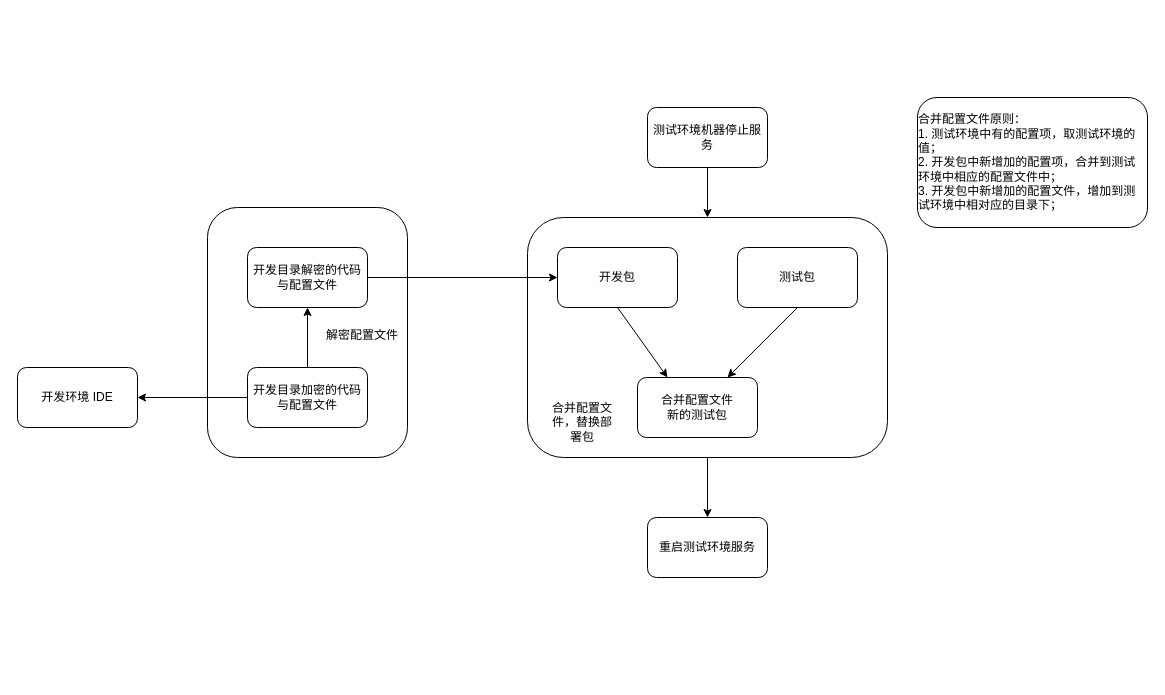
Above: merge_config_file.drawio in Chenguoqing2008/drawio (draw.io), before the change. Source tidied: cells renumbered, new cells numbered last; positions are measured from the earlier drawing's top-left corner, leaving out a move shared by most shapes. Both pictures are drawn from the tidied source at 100%, with x=0, y=0 at pixel (17, 97).
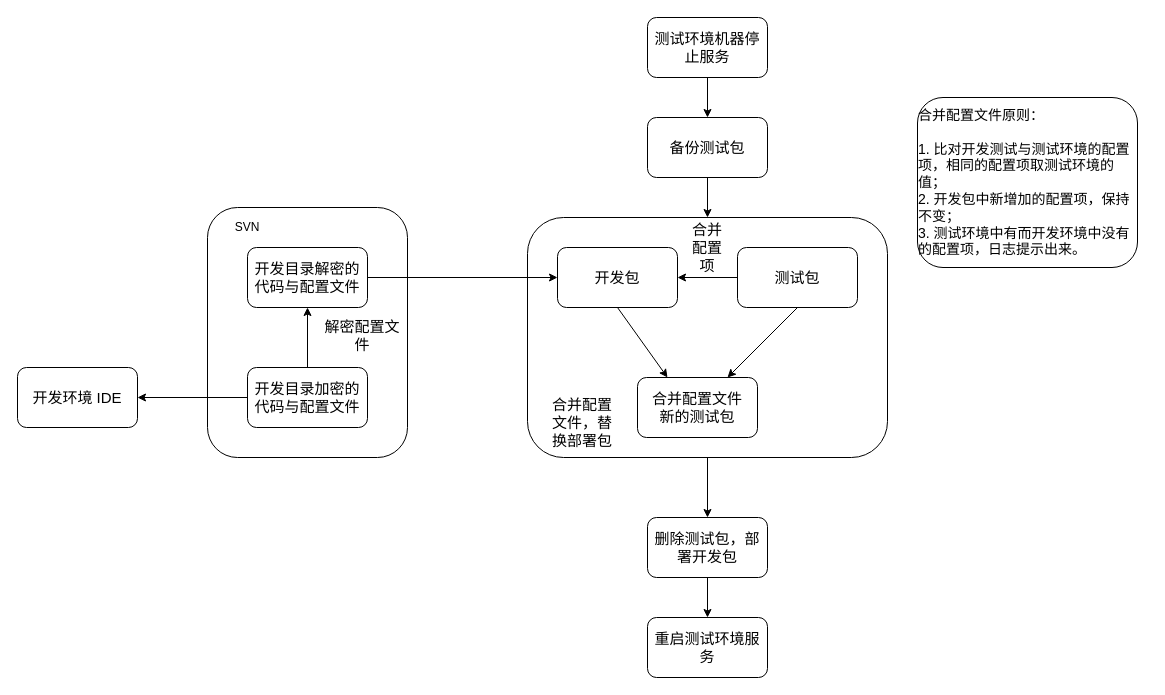
After the change.

The change refers to these unchanged cells:
```xml
<mxCell id="3" style="rounded=1;whiteSpace=wrap;html=1;" parent="1" vertex="1">
  <mxGeometry x="510" y="120" width="360" height="240" as="geometry" />
</mxCell>
```

What changed in the source:
```diff
@@
-    <mxCell id="4" value="开发包" style="rounded=1;whiteSpace=wrap;html=1;" parent="1" vertex="1">
+    <mxCell id="4" value="&lt;font style=&quot;font-size: 15px&quot;&gt;开发包&lt;/font&gt;" style="rounded=1;whiteSpace=wrap;html=1;" parent="1" vertex="1">
       <mxGeometry x="540" y="150" width="120" height="60" as="geometry" />
     </mxCell>
+    <mxCell id="22" style="edgeStyle=orthogonalEdgeStyle;rounded=0;jettySize=auto;html=1;exitX=0;exitY=0.5;exitDx=0;exitDy=0;entryX=1;entryY=0.5;entryDx=0;entryDy=0;" parent="1" edge="1" source="5" target="4">
+      <mxGeometry relative="1" as="geometry" />
+    </mxCell>
-    <mxCell id="5" value="测试包" style="rounded=1;whiteSpace=wrap;html=1;" parent="1" vertex="1">
+    <mxCell id="5" value="&lt;font style=&quot;font-size: 15px&quot;&gt;测试包&lt;/font&gt;" style="rounded=1;whiteSpace=wrap;html=1;" parent="1" vertex="1">
       <mxGeometry x="720" y="150" width="120" height="60" as="geometry" />
     </mxCell>
-    <mxCell id="6" value="合并配置文件&lt;br&gt;新的测试包" style="rounded=1;whiteSpace=wrap;html=1;" parent="1" vertex="1">
+    <mxCell id="6" value="&lt;font style=&quot;font-size: 15px&quot;&gt;合并配置文件&lt;br&gt;新的测试包&lt;/font&gt;" style="rounded=1;whiteSpace=wrap;html=1;" parent="1" vertex="1">
       <mxGeometry x="620" y="280" width="120" height="60" as="geometry" />
     </mxCell>
@@
-    <mxCell id="9" style="edgeStyle=orthogonalEdgeStyle;rounded=0;jettySize=auto;html=1;exitX=0.5;exitY=1;exitDx=0;exitDy=0;entryX=0.5;entryY=0;entryDx=0;entryDy=0;" parent="1" edge="1" source="10" target="3">
-      <mxGeometry relative="1" as="geometry" />
-    </mxCell>
+    <mxCell id="23" style="edgeStyle=orthogonalEdgeStyle;rounded=0;jettySize=auto;html=1;exitX=0.5;exitY=1;exitDx=0;exitDy=0;entryX=0.5;entryY=0;entryDx=0;entryDy=0;" parent="1" edge="1" source="10" target="28">
+      <mxGeometry relative="1" as="geometry" />
+    </mxCell>
-    <mxCell id="10" value="测试环境机器停止服务" style="rounded=1;whiteSpace=wrap;html=1;" parent="1" vertex="1">
-      <mxGeometry x="630" y="10" width="120" height="60" as="geometry" />
+    <mxCell id="10" value="&lt;font style=&quot;font-size: 15px&quot;&gt;测试环境机器停止服务&lt;/font&gt;" style="rounded=1;whiteSpace=wrap;html=1;" parent="1" vertex="1">
+      <mxGeometry x="630" y="-80" width="120" height="60" as="geometry" />
     </mxCell>
-    <mxCell id="11" value="合并配置文件，替换部署包" style="text;html=1;strokeColor=none;fillColor=none;align=center;verticalAlign=middle;whiteSpace=wrap;rounded=0;" parent="1" vertex="1">
+    <mxCell id="11" value="&lt;font style=&quot;font-size: 15px&quot;&gt;合并配置文件，替换部署包&lt;/font&gt;" style="text;html=1;strokeColor=none;fillColor=none;align=center;verticalAlign=middle;whiteSpace=wrap;rounded=0;" parent="1" vertex="1">
       <mxGeometry x="530" y="300" width="70" height="50" as="geometry" />
     </mxCell>
-    <mxCell id="12" value="&lt;div style=&quot;text-align: left&quot;&gt;&lt;span&gt;合并配置文件原则：&lt;/span&gt;&lt;/div&gt;&lt;div style=&quot;text-align: left&quot;&gt;&lt;span&gt;1. 测试环境中有的配置项，取测试环境的值；&lt;/span&gt;&lt;/div&gt;&lt;div style=&quot;text-align: left&quot;&gt;&lt;span&gt;2.&amp;nbsp;开发包中新增加的配置项，合并到测试环境中相应的配置文件中；&lt;/span&gt;&lt;/div&gt;&lt;div style=&quot;text-align: left&quot;&gt;&lt;span&gt;3.&amp;nbsp;开发包中新增加的配置文件，增加到测试环境中相对应的目录下；&lt;/span&gt;&lt;/div&gt;" style="rounded=1;whiteSpace=wrap;html=1;" parent="1" vertex="1">
-      <mxGeometry x="900" width="230" height="130" as="geometry" />
+    <mxCell id="12" value="&lt;div style=&quot;text-align: left ; font-size: 14px&quot;&gt;&lt;font style=&quot;font-size: 14px&quot;&gt;合并配置文件原则：&lt;/font&gt;&lt;/div&gt;&lt;div style=&quot;text-align: left ; font-size: 14px&quot;&gt;&lt;span&gt;&lt;font style=&quot;font-size: 14px&quot;&gt;&lt;br&gt;&lt;/font&gt;&lt;/span&gt;&lt;/div&gt;&lt;div style=&quot;text-align: left ; font-size: 14px&quot;&gt;&lt;span&gt;&lt;font style=&quot;font-size: 14px&quot;&gt;1.&amp;nbsp;比对开发测试与测试环境的配置项，相同的配置项取测试环境的值；&lt;/font&gt;&lt;/span&gt;&lt;/div&gt;&lt;div style=&quot;text-align: left ; font-size: 14px&quot;&gt;&lt;span&gt;&lt;font style=&quot;font-size: 14px&quot;&gt;2.&amp;nbsp;开发包中新增加的配置项，保持不变；&lt;/font&gt;&lt;/span&gt;&lt;/div&gt;&lt;div style=&quot;text-align: left ; font-size: 14px&quot;&gt;&lt;font style=&quot;font-size: 14px&quot;&gt;3.&amp;nbsp;测试环境中有而开发环境中没有的配置项，日志提示出来。&lt;/font&gt;&lt;/div&gt;" style="rounded=1;whiteSpace=wrap;html=1;" parent="1" vertex="1">
+      <mxGeometry x="900" width="220" height="170" as="geometry" />
     </mxCell>
+    <mxCell id="24" style="edgeStyle=orthogonalEdgeStyle;rounded=0;jettySize=auto;html=1;exitX=0.5;exitY=1;exitDx=0;exitDy=0;entryX=0.5;entryY=0;entryDx=0;entryDy=0;" parent="1" edge="1" source="13" target="29">
+      <mxGeometry relative="1" as="geometry" />
+    </mxCell>
-    <mxCell id="13" value="重启测试环境服务" style="rounded=1;whiteSpace=wrap;html=1;" parent="1" vertex="1">
+    <mxCell id="13" value="&lt;font style=&quot;font-size: 15px&quot;&gt;删除测试包，部署开发包&lt;/font&gt;" style="rounded=1;whiteSpace=wrap;html=1;" parent="1" vertex="1">
       <mxGeometry x="630" y="420" width="120" height="60" as="geometry" />
     </mxCell>
@@
-    <mxCell id="17" value="开发目录加密的代码与配置文件" style="rounded=1;whiteSpace=wrap;html=1;" parent="1" vertex="1">
+    <mxCell id="17" value="&lt;font style=&quot;font-size: 15px&quot;&gt;开发目录加密的代码与配置文件&lt;/font&gt;" style="rounded=1;whiteSpace=wrap;html=1;" parent="1" vertex="1">
       <mxGeometry x="230" y="270" width="120" height="60" as="geometry" />
     </mxCell>
@@
-    <mxCell id="19" value="开发目录解密的代码与配置文件" style="rounded=1;whiteSpace=wrap;html=1;" parent="1" vertex="1">
+    <mxCell id="19" value="&lt;font style=&quot;font-size: 15px&quot;&gt;开发目录解密的代码与配置文件&lt;/font&gt;" style="rounded=1;whiteSpace=wrap;html=1;" parent="1" vertex="1">
       <mxGeometry x="230" y="150" width="120" height="60" as="geometry" />
     </mxCell>
-    <mxCell id="20" value="解密配置文件" style="text;html=1;strokeColor=none;fillColor=none;align=center;verticalAlign=middle;whiteSpace=wrap;rounded=0;" parent="1" vertex="1">
+    <mxCell id="20" value="&lt;font style=&quot;font-size: 15px&quot;&gt;解密配置文件&lt;/font&gt;" style="text;html=1;strokeColor=none;fillColor=none;align=center;verticalAlign=middle;whiteSpace=wrap;rounded=0;" parent="1" vertex="1">
       <mxGeometry x="300" y="225" width="90" height="25" as="geometry" />
     </mxCell>
-    <mxCell id="21" value="开发环境 IDE" style="rounded=1;whiteSpace=wrap;html=1;" parent="1" vertex="1">
+    <mxCell id="21" value="&lt;font style=&quot;font-size: 15px&quot;&gt;开发环境 IDE&lt;/font&gt;" style="rounded=1;whiteSpace=wrap;html=1;" parent="1" vertex="1">
       <mxGeometry y="270" width="120" height="60" as="geometry" />
     </mxCell>
+    <mxCell id="25" value="SVN" style="text;html=1;strokeColor=none;fillColor=none;align=center;verticalAlign=middle;whiteSpace=wrap;rounded=0;" parent="1" vertex="1">
+      <mxGeometry x="210" y="120" width="40" height="20" as="geometry" />
+    </mxCell>
+    <mxCell id="26" value="&lt;font style=&quot;font-size: 15px&quot;&gt;合并配置项&lt;/font&gt;" style="text;html=1;strokeColor=none;fillColor=none;align=center;verticalAlign=middle;whiteSpace=wrap;rounded=0;" parent="1" vertex="1">
+      <mxGeometry x="670" y="140" width="40" height="20" as="geometry" />
+    </mxCell>
+    <mxCell id="27" style="edgeStyle=orthogonalEdgeStyle;rounded=0;jettySize=auto;html=1;exitX=0.5;exitY=1;exitDx=0;exitDy=0;entryX=0.5;entryY=0;entryDx=0;entryDy=0;" parent="1" edge="1" source="28" target="3">
+      <mxGeometry relative="1" as="geometry" />
+    </mxCell>
+    <mxCell id="28" value="&lt;font style=&quot;font-size: 15px&quot;&gt;备份测试包&lt;/font&gt;" style="rounded=1;whiteSpace=wrap;html=1;" parent="1" vertex="1">
+      <mxGeometry x="630" y="20" width="120" height="60" as="geometry" />
+    </mxCell>
+    <mxCell id="29" value="&lt;font style=&quot;font-size: 15px&quot;&gt;重启测试环境服务&lt;/font&gt;" style="rounded=1;whiteSpace=wrap;html=1;" parent="1" vertex="1">
+      <mxGeometry x="630" y="520" width="120" height="60" as="geometry" />
+    </mxCell>
```
